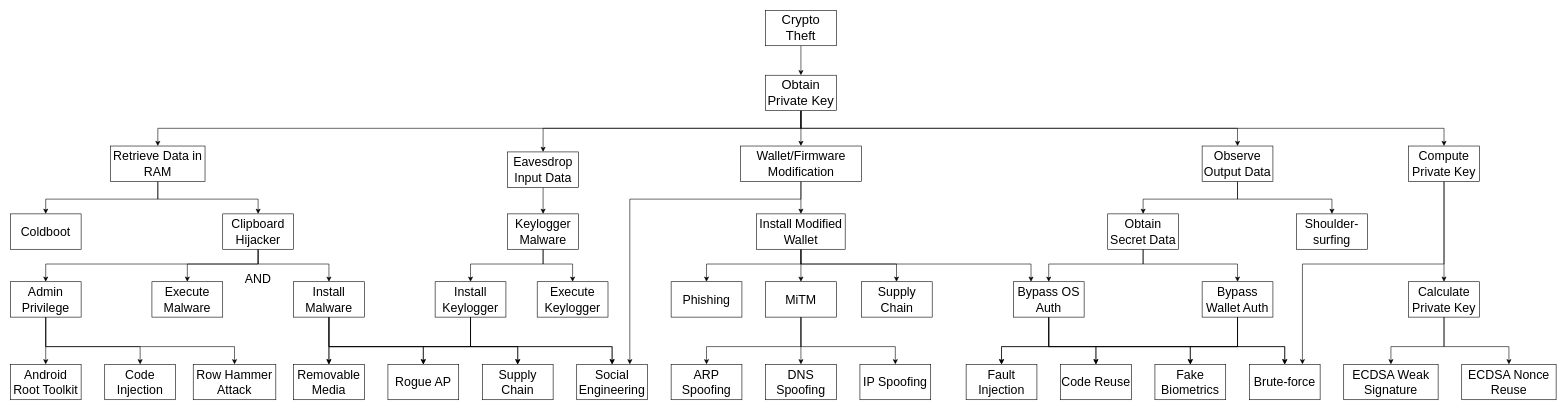
Earlier version of the draw.io diagram page "crypto-theft-tree" (14 of 20) of assets/crypto-wallets.drawio (xujiahuayz/crypto-wallets). Source tidied: cells renumbered, new cells numbered last; positions are measured from the earlier drawing's top-left corner, leaving out a move shared by most shapes. Both pictures are drawn from the tidied source at 59%, with x=0, y=0 at pixel (10, 10).
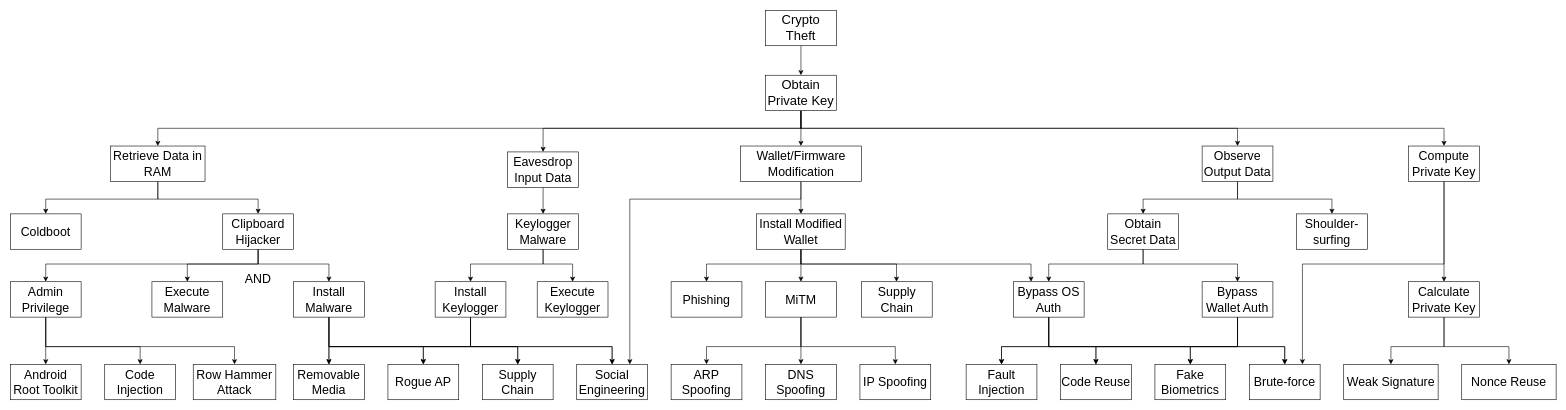
Above is the later version.

What changed in the source:
```diff
@@
-    <mxCell id="84" value="&lt;font style=&quot;font-size: 21px;&quot;&gt;ECDSA Weak Signature&lt;/font&gt;" style="rounded=0;whiteSpace=wrap;html=1;" parent="1" vertex="1">
+    <mxCell id="84" value="&lt;font style=&quot;font-size: 21px;&quot;&gt;Weak Signature&lt;/font&gt;" style="rounded=0;whiteSpace=wrap;html=1;" parent="1" vertex="1">
       <mxGeometry x="2260" y="600" width="160" height="60" as="geometry" />
     </mxCell>
-    <mxCell id="85" value="&lt;font style=&quot;font-size: 21px;&quot;&gt;ECDSA Nonce Reuse&lt;/font&gt;" style="rounded=0;whiteSpace=wrap;html=1;" parent="1" vertex="1">
+    <mxCell id="85" value="&lt;font style=&quot;font-size: 21px;&quot;&gt;Nonce Reuse&lt;/font&gt;" style="rounded=0;whiteSpace=wrap;html=1;" parent="1" vertex="1">
       <mxGeometry x="2460" y="600" width="160" height="60" as="geometry" />
     </mxCell>
```
